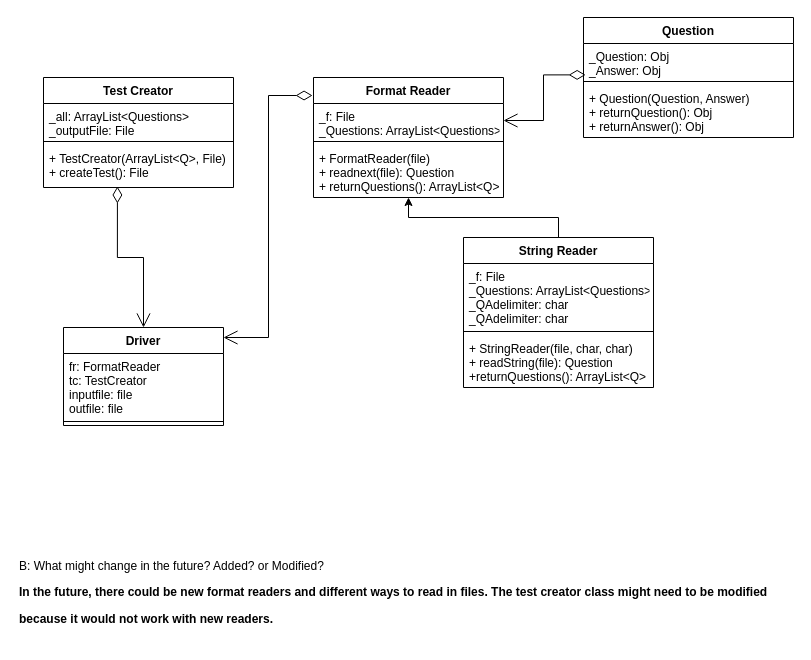
Above: HW1/HW1.drawio in hwilt/CS471 (draw.io), before the change. Source tidied: cells renumbered, new cells numbered last; positions are measured from the earlier drawing's top-left corner, leaving out a move shared by most shapes. Both pictures are drawn from the tidied source at 100%, with x=0, y=0 at pixel (17, 17).
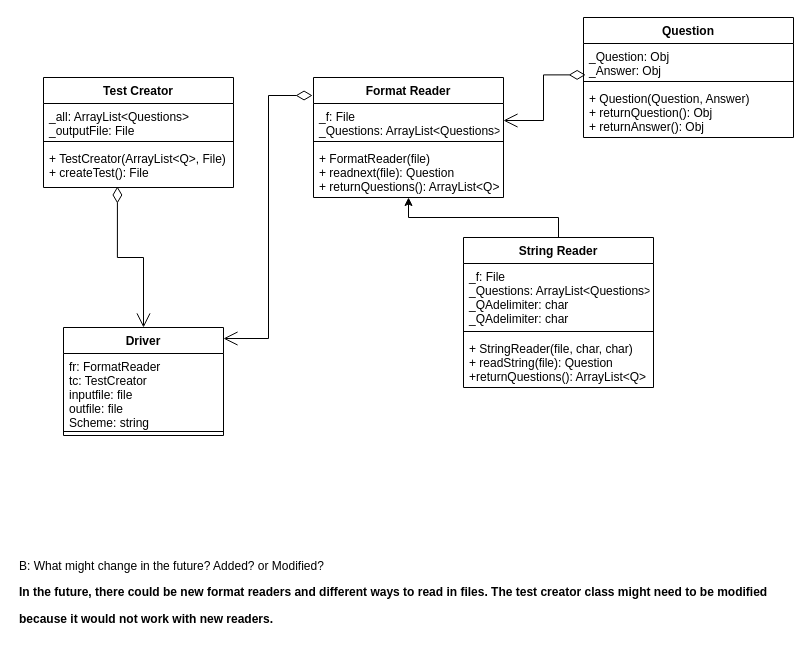
The same page after the edit.

Change to the diagram source:
```diff
@@
     <mxCell id="10" value="Driver" style="swimlane;fontStyle=1;align=center;verticalAlign=top;horizontal=1;startSize=26;" parent="1" vertex="1">
-      <mxGeometry x="46" y="310" width="160" height="98" as="geometry" />
+      <mxGeometry x="46" y="310" width="160" height="108" as="geometry" />
     </mxCell>
-    <mxCell id="11" value="fr: FormatReader&#10;tc: TestCreator&#10;inputfile: file&#10;outfile: file" style="text;strokeColor=none;fillColor=none;align=left;verticalAlign=top;spacingLeft=4;spacingRight=4;overflow=hidden;" parent="10" vertex="1">
-      <mxGeometry y="26" width="160" height="64" as="geometry" />
+    <mxCell id="11" value="fr: FormatReader&#10;tc: TestCreator&#10;inputfile: file&#10;outfile: file&#10;Scheme: string" style="text;strokeColor=none;fillColor=none;align=left;verticalAlign=top;spacingLeft=4;spacingRight=4;overflow=hidden;" parent="10" vertex="1">
+      <mxGeometry y="26" width="160" height="74" as="geometry" />
     </mxCell>
     <mxCell id="12" style="line;strokeWidth=1;fillColor=none;align=left;verticalAlign=middle;spacingTop=-1;spacingLeft=3;spacingRight=3;labelPosition=right;" parent="10" vertex="1">
-      <mxGeometry y="90" width="160" height="8" as="geometry" />
+      <mxGeometry y="100" width="160" height="8" as="geometry" />
     </mxCell>
```
